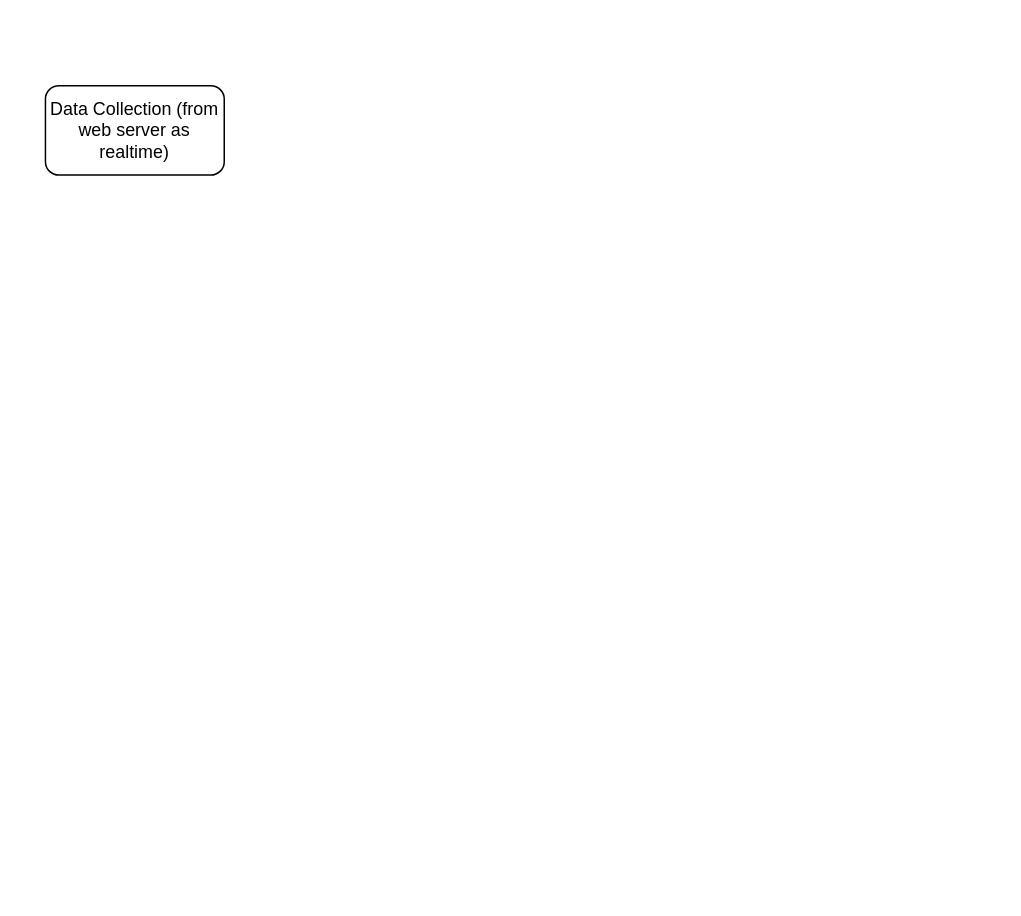
This is Untitled Diagram.drawio from zelsaddr/All-Diagrams, a draw.io file, before an edit. Source tidied: cells renumbered, new cells numbered last; positions are measured from the earlier drawing's top-left corner, leaving out a move shared by most shapes. Both pictures are drawn from the tidied source at 149%, with x=0, y=0 at pixel (45, 85).
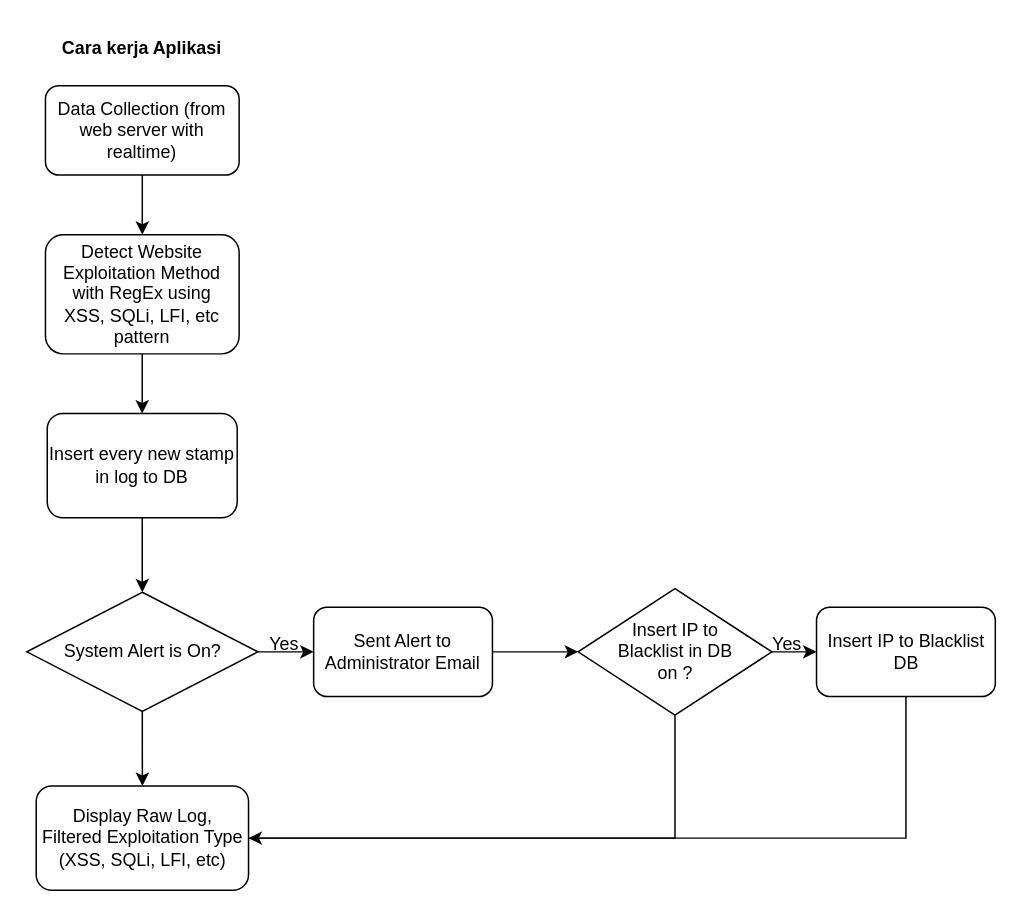
The same page after the edit.

Commit message:
Update Cara Kerja Aplikasi.drawio

What changed in the source:
```diff
@@
+    <mxCell id="3" style="edgeStyle=orthogonalEdgeStyle;rounded=0;jettySize=auto;html=1;" parent="1" edge="1" source="2" target="6">
+      <mxGeometry relative="1" as="geometry" />
+    </mxCell>
-    <mxCell id="2" value="Data Collection (from web server as realtime)" style="rounded=1;whiteSpace=wrap;html=1;" parent="1" vertex="1">
-      <mxGeometry width="120" height="60" as="geometry" />
+    <mxCell id="2" value="Data Collection (from web server with realtime)" style="rounded=1;whiteSpace=wrap;html=1;" parent="1" vertex="1">
+      <mxGeometry width="130" height="60" as="geometry" />
     </mxCell>
+    <mxCell id="4" style="edgeStyle=orthogonalEdgeStyle;rounded=0;jettySize=auto;html=1;entryX=0.5;entryY=0;entryDx=0;entryDy=0;exitX=0.5;exitY=1;exitDx=0;exitDy=0;" parent="1" edge="1" source="20" target="9">
+      <mxGeometry relative="1" as="geometry" />
+    </mxCell>
+    <mxCell id="5" style="edgeStyle=orthogonalEdgeStyle;rounded=0;jettySize=auto;html=1;entryX=0.5;entryY=0;entryDx=0;entryDy=0;" parent="1" edge="1" source="6" target="20">
+      <mxGeometry relative="1" as="geometry" />
+    </mxCell>
+    <mxCell id="6" value="Detect Website Exploitation Method&lt;br&gt;with RegEx using&lt;br&gt;XSS, SQLi, LFI, etc pattern" style="whiteSpace=wrap;html=1;rounded=1;" parent="1" vertex="1">
+      <mxGeometry y="100" width="130" height="80" as="geometry" />
+    </mxCell>
+    <mxCell id="7" style="edgeStyle=orthogonalEdgeStyle;rounded=0;jettySize=auto;html=1;" parent="1" edge="1" source="9" target="10">
+      <mxGeometry relative="1" as="geometry" />
+    </mxCell>
+    <mxCell id="8" style="edgeStyle=orthogonalEdgeStyle;rounded=0;jettySize=auto;html=1;" parent="1" edge="1" source="9" target="12">
+      <mxGeometry relative="1" as="geometry" />
+    </mxCell>
+    <mxCell id="9" value="System Alert is On?" style="rhombus;whiteSpace=wrap;html=1;" parent="1" vertex="1">
+      <mxGeometry x="-12.5" y="340" width="155" height="80" as="geometry" />
+    </mxCell>
+    <mxCell id="10" value="Sent Alert to Administrator Email" style="rounded=1;whiteSpace=wrap;html=1;" parent="1" vertex="1">
+      <mxGeometry x="180" y="350" width="120" height="60" as="geometry" />
+    </mxCell>
+    <mxCell id="11" value="Yes" style="text;html=1;align=center;verticalAlign=middle;strokeColor=none;fillColor=none;" parent="1" vertex="1">
+      <mxGeometry x="140" y="360" width="40" height="30" as="geometry" />
+    </mxCell>
+    <mxCell id="12" value="Display Raw Log,&lt;br&gt;Filtered Exploitation Type (XSS, SQLi, LFI, etc)" style="rounded=1;whiteSpace=wrap;html=1;" parent="1" vertex="1">
+      <mxGeometry x="-6.2" y="470" width="142.5" height="70" as="geometry" />
+    </mxCell>
+    <mxCell id="13" value="Cara kerja Aplikasi" style="text;html=1;strokeColor=none;fillColor=none;align=center;verticalAlign=middle;whiteSpace=wrap;rounded=0;fontStyle=1;" parent="1" vertex="1">
+      <mxGeometry x="3.1" y="-40" width="123.8" height="30" as="geometry" />
+    </mxCell>
+    <mxCell id="14" style="edgeStyle=orthogonalEdgeStyle;rounded=0;jettySize=auto;html=1;" parent="1" edge="1" source="15" target="17">
+      <mxGeometry relative="1" as="geometry" />
+    </mxCell>
+    <mxCell id="15" value="Insert IP to &lt;br&gt;Blacklist in DB &lt;br&gt;on ?" style="rhombus;whiteSpace=wrap;html=1;" parent="1" vertex="1">
+      <mxGeometry x="357.5" y="337.5" width="130" height="85" as="geometry" />
+    </mxCell>
+    <mxCell id="16" style="endArrow=classic;html=1;rounded=0;exitX=1;exitY=0.5;exitDx=0;exitDy=0;entryX=0;entryY=0.5;entryDx=0;entryDy=0;" parent="1" edge="1" source="10" target="15">
+      <mxGeometry relative="1" as="geometry" />
+    </mxCell>
+    <mxCell id="17" value="Insert IP to Blacklist DB" style="rounded=1;whiteSpace=wrap;html=1;" parent="1" vertex="1">
+      <mxGeometry x="517.5" y="350" width="120" height="60" as="geometry" />
+    </mxCell>
+    <mxCell id="18" style="endArrow=classic;html=1;rounded=0;exitX=0.5;exitY=1;exitDx=0;exitDy=0;entryX=1;entryY=0.5;entryDx=0;entryDy=0;" parent="1" edge="1" source="15" target="12">
+      <mxGeometry relative="1" as="geometry">
+        <Array as="points">
+          <mxPoint x="422.5" y="505" />
+        </Array>
+      </mxGeometry>
+    </mxCell>
+    <mxCell id="19" style="endArrow=none;html=1;rounded=0;entryX=0.5;entryY=1;entryDx=0;entryDy=0;exitX=1;exitY=0.5;exitDx=0;exitDy=0;" parent="1" edge="1" source="12" target="17">
+      <mxGeometry relative="1" as="geometry">
+        <Array as="points">
+          <mxPoint x="577.5" y="505" />
+        </Array>
+      </mxGeometry>
+    </mxCell>
+    <mxCell id="20" value="Insert every new stamp in log to DB" style="rounded=1;whiteSpace=wrap;html=1;" parent="1" vertex="1">
+      <mxGeometry x="1.2" y="220" width="127.5" height="70" as="geometry" />
+    </mxCell>
+    <mxCell id="21" value="Yes" style="text;html=1;strokeColor=none;fillColor=none;align=center;verticalAlign=middle;whiteSpace=wrap;rounded=0;" parent="1" vertex="1">
+      <mxGeometry x="467.5" y="360" width="60" height="30" as="geometry" />
+    </mxCell>
```
